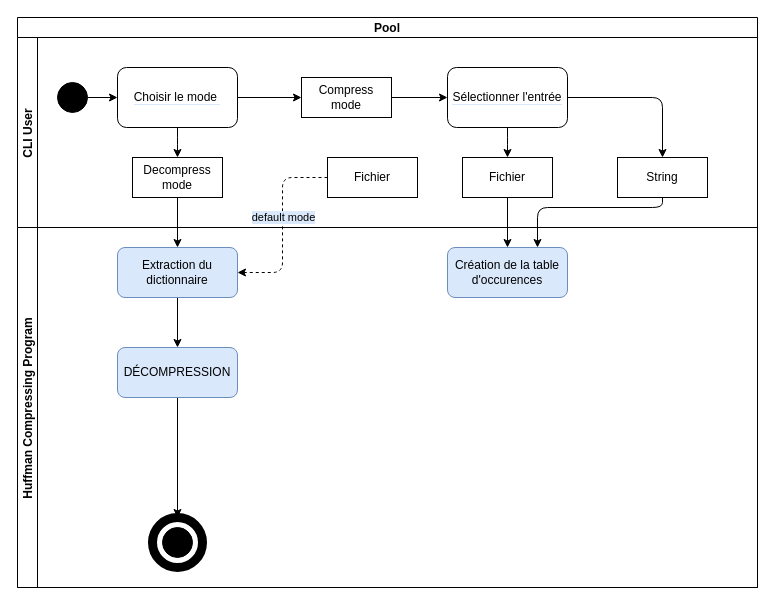
This is page "Diagramme D'activité" (2 of 2) of Diagramme sans nom.drawio from LcsH0s/GC-Project, a draw.io file, before an edit. Source tidied: cells renumbered, new cells numbered last; positions are measured from the earlier drawing's top-left corner, leaving out a move shared by most shapes. Both pictures are drawn from the tidied source at 100%, with x=0, y=0 at pixel (17, 17).
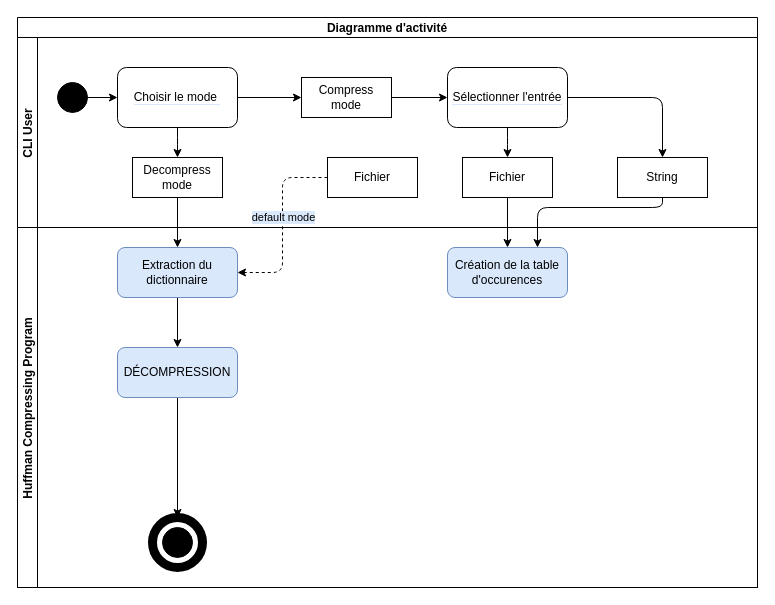
The same page after the edit.

What changed in the source:
```diff
@@
-    <mxCell id="2" value="Pool" style="swimlane;horizontal=1;startSize=20;labelBackgroundColor=#FFFFFF;labelBorderColor=none;fontColor=#000000;fillColor=#FFFFFF;" parent="1" vertex="1">
+    <mxCell id="2" value="Diagramme d'activité" style="swimlane;horizontal=1;startSize=20;labelBackgroundColor=#FFFFFF;labelBorderColor=none;fontColor=#000000;fillColor=#FFFFFF;" parent="1" vertex="1">
       <mxGeometry width="740" height="570" as="geometry" />
     </mxCell>
```
